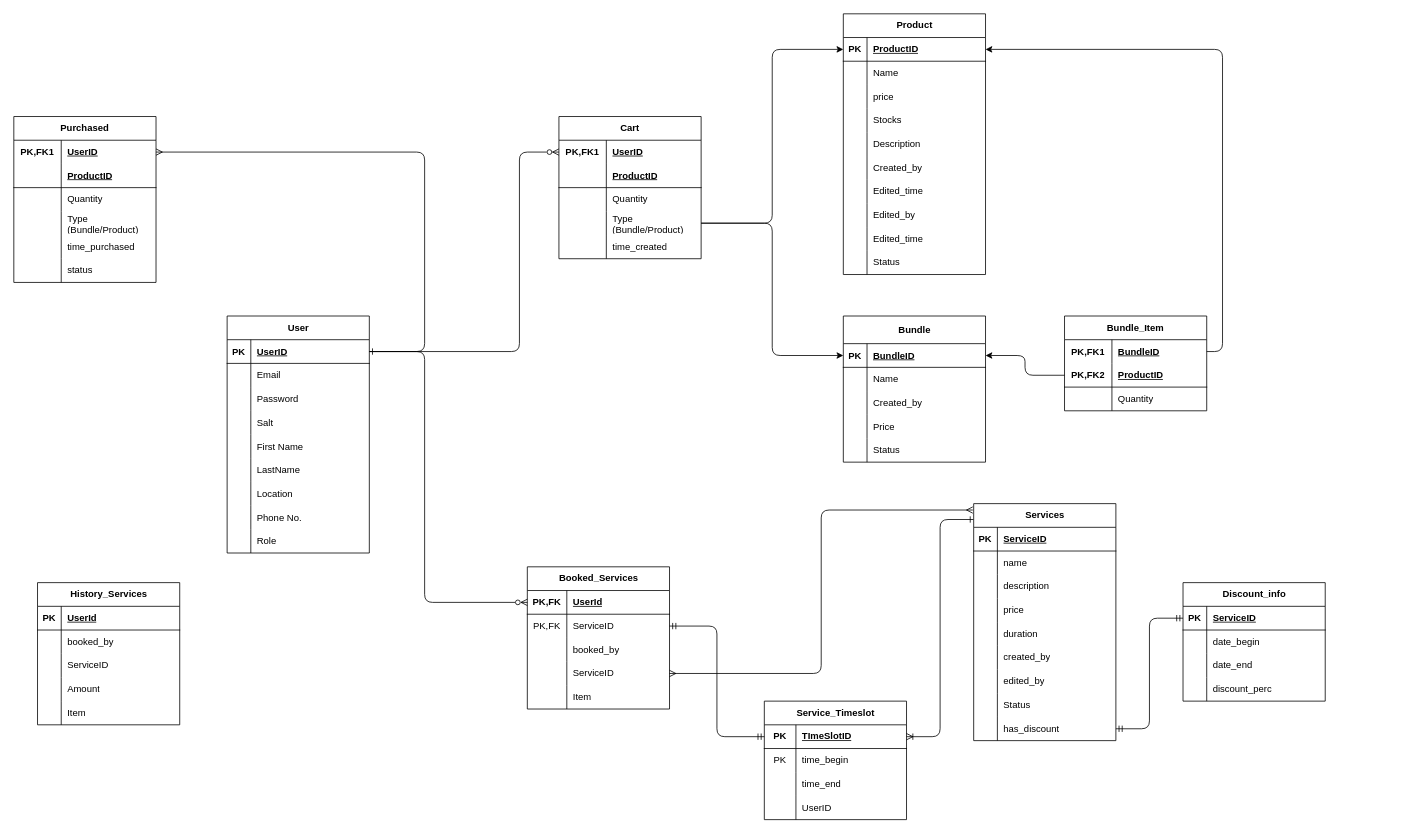
Above: db_scheme.drawio in JamIsKrZy/actix-simple-service (draw.io), before the change. Source tidied: cells renumbered, new cells numbered last; positions are measured from the earlier drawing's top-left corner, leaving out a move shared by most shapes. Both pictures are drawn from the tidied source at 79%, with x=0, y=0 at pixel (13, 13).
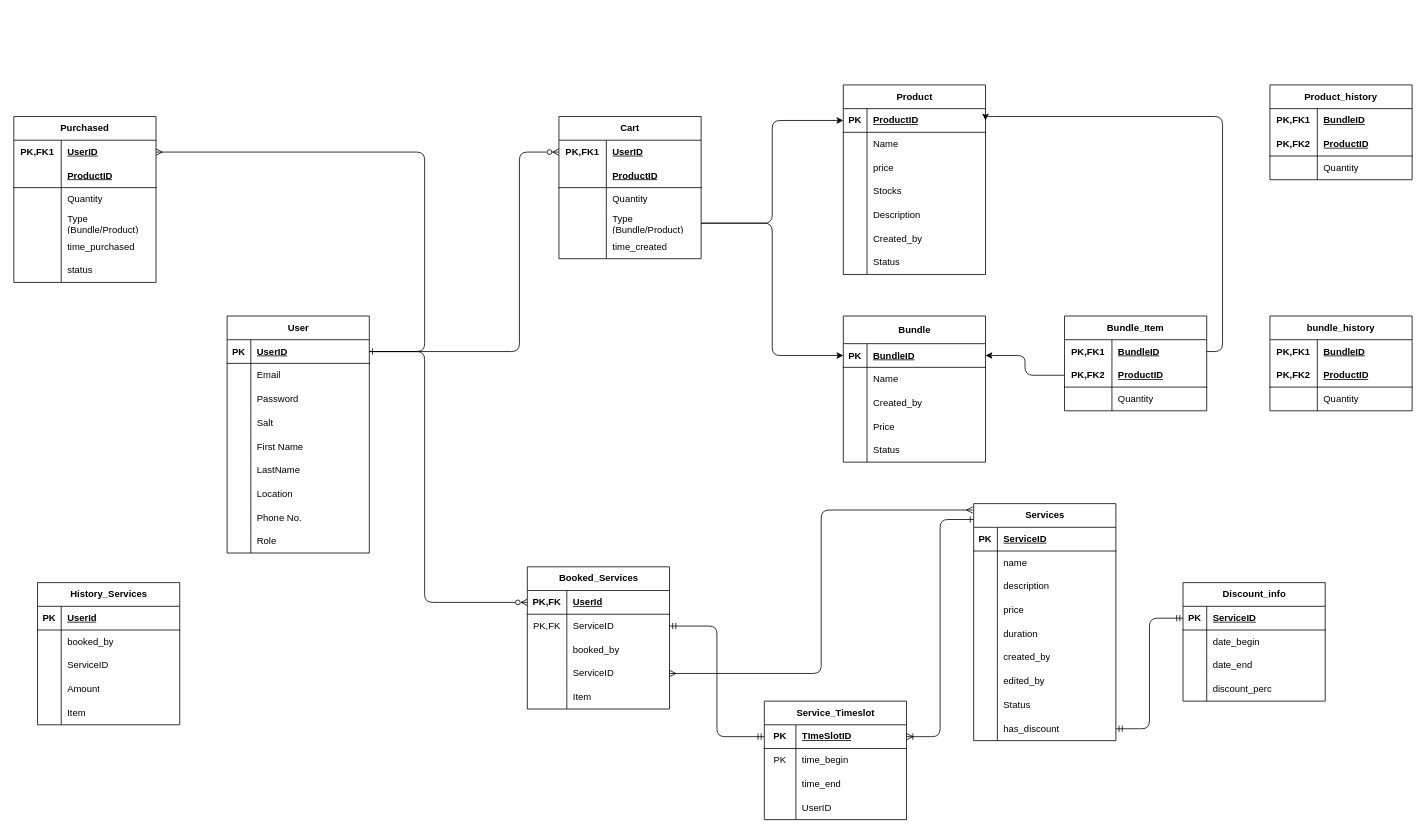
After the change.

Unchanged cells that the change refers to:
```xml
<mxCell id="79" style="shape=tableRow;horizontal=0;startSize=0;swimlaneHead=0;swimlaneBody=0;fillColor=none;points=[[0,0.5],[1,0.5]];portConstraint=eastwest;top=0;left=0;right=0;bottom=1;" parent="78" vertex="1">
  <mxGeometry y="30" width="180" height="30" as="geometry" />
</mxCell>
<mxCell id="110" style="shape=tableRow;horizontal=0;startSize=0;swimlaneHead=0;swimlaneBody=0;fillColor=none;points=[[0,0.5],[1,0.5]];portConstraint=eastwest;top=0;left=0;right=0;bottom=0;html=1;" parent="109" vertex="1">
  <mxGeometry y="30" width="180" height="30" as="geometry" />
</mxCell>
```

Change to the diagram source:
```diff
@@
     <mxCell id="78" value="Product" style="shape=table;startSize=30;childLayout=tableLayout;rowLines=0;fontStyle=1;align=center;html=1;" parent="1" vertex="1">
-      <mxGeometry x="1050" width="180" height="330" as="geometry" />
+      <mxGeometry x="1050" y="90" width="180" height="240" as="geometry" />
     </mxCell>
@@
-    <mxCell id="97" style="shape=tableRow;horizontal=0;startSize=0;swimlaneHead=0;swimlaneBody=0;fillColor=none;top=0;left=0;right=0;bottom=0;" parent="78" vertex="1">
-      <mxGeometry y="210" width="180" height="30" as="geometry" />
-    </mxCell>
-    <mxCell id="98" style="shape=partialRectangle;fillColor=none;top=0;left=0;bottom=0;right=0;overflow=hidden;whiteSpace=wrap;html=1;" parent="97" vertex="1">
-      <mxGeometry width="30" height="30" as="geometry" />
-    </mxCell>
-    <mxCell id="99" value="Edited_time" style="shape=partialRectangle;fillColor=none;top=0;left=0;bottom=0;right=0;align=left;spacingLeft=6;overflow=hidden;whiteSpace=wrap;html=1;" parent="97" vertex="1">
-      <mxGeometry x="30" width="150" height="30" as="geometry" />
-    </mxCell>
-    <mxCell id="100" style="shape=tableRow;horizontal=0;startSize=0;swimlaneHead=0;swimlaneBody=0;fillColor=none;top=0;left=0;right=0;bottom=0;" parent="78" vertex="1">
-      <mxGeometry y="240" width="180" height="30" as="geometry" />
-    </mxCell>
-    <mxCell id="101" style="shape=partialRectangle;fillColor=none;top=0;left=0;bottom=0;right=0;overflow=hidden;whiteSpace=wrap;html=1;" parent="100" vertex="1">
-      <mxGeometry width="30" height="30" as="geometry" />
-    </mxCell>
-    <mxCell id="102" value="Edited_by" style="shape=partialRectangle;fillColor=none;top=0;left=0;bottom=0;right=0;align=left;spacingLeft=6;overflow=hidden;whiteSpace=wrap;html=1;" parent="100" vertex="1">
-      <mxGeometry x="30" width="150" height="30" as="geometry" />
-    </mxCell>
-    <mxCell id="103" style="shape=tableRow;horizontal=0;startSize=0;swimlaneHead=0;swimlaneBody=0;fillColor=none;top=0;left=0;right=0;bottom=0;" parent="78" vertex="1">
-      <mxGeometry y="270" width="180" height="30" as="geometry" />
-    </mxCell>
-    <mxCell id="104" style="shape=partialRectangle;fillColor=none;top=0;left=0;bottom=0;right=0;overflow=hidden;whiteSpace=wrap;html=1;" parent="103" vertex="1">
-      <mxGeometry width="30" height="30" as="geometry" />
-    </mxCell>
-    <mxCell id="105" value="Edited_time" style="shape=partialRectangle;fillColor=none;top=0;left=0;bottom=0;right=0;align=left;spacingLeft=6;overflow=hidden;whiteSpace=wrap;html=1;" parent="103" vertex="1">
-      <mxGeometry x="30" width="150" height="30" as="geometry" />
-    </mxCell>
     <mxCell id="106" style="shape=tableRow;horizontal=0;startSize=0;swimlaneHead=0;swimlaneBody=0;fillColor=none;top=0;left=0;right=0;bottom=0;" parent="78" vertex="1">
-      <mxGeometry y="300" width="180" height="30" as="geometry" />
+      <mxGeometry y="210" width="180" height="30" as="geometry" />
     </mxCell>
@@
     <mxCell id="170" style="edgeStyle=orthogonalEdgeStyle;html=1;exitX=1;exitY=0.5;exitDx=0;exitDy=0;entryX=1;entryY=0.5;entryDx=0;entryDy=0;" parent="1" edge="1" source="110" target="79">
       <mxGeometry relative="1" as="geometry">
         <Array as="points">
           <mxPoint x="1530" y="427" />
-          <mxPoint x="1530" y="45" />
+          <mxPoint x="1530" y="130" />
+          <mxPoint x="1230" y="130" />
         </Array>
       </mxGeometry>
     </mxCell>
@@
+    <mxCell id="219" value="Product_history" style="shape=table;startSize=30;childLayout=tableLayout;rowLines=0;fontStyle=1;align=center;html=1;whiteSpace=wrap;" parent="1" vertex="1">
+      <mxGeometry x="1590" y="90" width="180" height="120" as="geometry" />
+    </mxCell>
+    <mxCell id="220" style="shape=tableRow;horizontal=0;startSize=0;swimlaneHead=0;swimlaneBody=0;fillColor=none;top=0;left=0;right=0;bottom=0;html=1;" parent="219" vertex="1">
+      <mxGeometry y="30" width="180" height="30" as="geometry" />
+    </mxCell>
+    <mxCell id="221" value="PK,FK1" style="shape=partialRectangle;fillColor=none;top=0;left=0;bottom=0;right=0;fontStyle=1;overflow=hidden;html=1;whiteSpace=wrap;" parent="220" vertex="1">
+      <mxGeometry width="60" height="30" as="geometry" />
+    </mxCell>
+    <mxCell id="222" value="BundleID" style="shape=partialRectangle;fillColor=none;top=0;left=0;bottom=0;right=0;align=left;spacingLeft=6;fontStyle=5;overflow=hidden;html=1;whiteSpace=wrap;" parent="220" vertex="1">
+      <mxGeometry x="60" width="120" height="30" as="geometry" />
+    </mxCell>
+    <mxCell id="223" style="shape=tableRow;horizontal=0;startSize=0;swimlaneHead=0;swimlaneBody=0;fillColor=none;top=0;left=0;right=0;bottom=1;html=1;" parent="219" vertex="1">
+      <mxGeometry y="60" width="180" height="30" as="geometry" />
+    </mxCell>
+    <mxCell id="224" value="PK,FK2" style="shape=partialRectangle;fillColor=none;top=0;left=0;bottom=0;right=0;fontStyle=1;overflow=hidden;html=1;whiteSpace=wrap;" parent="223" vertex="1">
+      <mxGeometry width="60" height="30" as="geometry" />
+    </mxCell>
+    <mxCell id="225" value="ProductID" style="shape=partialRectangle;fillColor=none;top=0;left=0;bottom=0;right=0;align=left;spacingLeft=6;fontStyle=5;overflow=hidden;html=1;whiteSpace=wrap;" parent="223" vertex="1">
+      <mxGeometry x="60" width="120" height="30" as="geometry" />
+    </mxCell>
+    <mxCell id="226" style="shape=tableRow;horizontal=0;startSize=0;swimlaneHead=0;swimlaneBody=0;fillColor=none;top=0;left=0;right=0;bottom=0;html=1;" parent="219" vertex="1">
+      <mxGeometry y="90" width="180" height="30" as="geometry" />
+    </mxCell>
+    <mxCell id="227" style="shape=partialRectangle;fillColor=none;top=0;left=0;bottom=0;right=0;overflow=hidden;html=1;whiteSpace=wrap;" parent="226" vertex="1">
+      <mxGeometry width="60" height="30" as="geometry" />
+    </mxCell>
+    <mxCell id="228" value="Quantity" style="shape=partialRectangle;fillColor=none;top=0;left=0;bottom=0;right=0;align=left;spacingLeft=6;overflow=hidden;html=1;whiteSpace=wrap;" parent="226" vertex="1">
+      <mxGeometry x="60" width="120" height="30" as="geometry" />
+    </mxCell>
+    <mxCell id="229" value="bundle_history" style="shape=table;startSize=30;childLayout=tableLayout;rowLines=0;fontStyle=1;align=center;html=1;whiteSpace=wrap;" parent="1" vertex="1">
+      <mxGeometry x="1590" y="382.5" width="180" height="120" as="geometry" />
+    </mxCell>
+    <mxCell id="230" style="shape=tableRow;horizontal=0;startSize=0;swimlaneHead=0;swimlaneBody=0;fillColor=none;top=0;left=0;right=0;bottom=0;html=1;" parent="229" vertex="1">
+      <mxGeometry y="30" width="180" height="30" as="geometry" />
+    </mxCell>
+    <mxCell id="231" value="PK,FK1" style="shape=partialRectangle;fillColor=none;top=0;left=0;bottom=0;right=0;fontStyle=1;overflow=hidden;html=1;whiteSpace=wrap;" parent="230" vertex="1">
+      <mxGeometry width="60" height="30" as="geometry" />
+    </mxCell>
+    <mxCell id="232" value="BundleID" style="shape=partialRectangle;fillColor=none;top=0;left=0;bottom=0;right=0;align=left;spacingLeft=6;fontStyle=5;overflow=hidden;html=1;whiteSpace=wrap;" parent="230" vertex="1">
+      <mxGeometry x="60" width="120" height="30" as="geometry" />
+    </mxCell>
+    <mxCell id="233" style="shape=tableRow;horizontal=0;startSize=0;swimlaneHead=0;swimlaneBody=0;fillColor=none;top=0;left=0;right=0;bottom=1;html=1;" parent="229" vertex="1">
+      <mxGeometry y="60" width="180" height="30" as="geometry" />
+    </mxCell>
+    <mxCell id="234" value="PK,FK2" style="shape=partialRectangle;fillColor=none;top=0;left=0;bottom=0;right=0;fontStyle=1;overflow=hidden;html=1;whiteSpace=wrap;" parent="233" vertex="1">
+      <mxGeometry width="60" height="30" as="geometry" />
+    </mxCell>
+    <mxCell id="235" value="ProductID" style="shape=partialRectangle;fillColor=none;top=0;left=0;bottom=0;right=0;align=left;spacingLeft=6;fontStyle=5;overflow=hidden;html=1;whiteSpace=wrap;" parent="233" vertex="1">
+      <mxGeometry x="60" width="120" height="30" as="geometry" />
+    </mxCell>
+    <mxCell id="236" style="shape=tableRow;horizontal=0;startSize=0;swimlaneHead=0;swimlaneBody=0;fillColor=none;top=0;left=0;right=0;bottom=0;html=1;" parent="229" vertex="1">
+      <mxGeometry y="90" width="180" height="30" as="geometry" />
+    </mxCell>
+    <mxCell id="237" style="shape=partialRectangle;fillColor=none;top=0;left=0;bottom=0;right=0;overflow=hidden;html=1;whiteSpace=wrap;" parent="236" vertex="1">
+      <mxGeometry width="60" height="30" as="geometry" />
+    </mxCell>
+    <mxCell id="238" value="Quantity" style="shape=partialRectangle;fillColor=none;top=0;left=0;bottom=0;right=0;align=left;spacingLeft=6;overflow=hidden;html=1;whiteSpace=wrap;" parent="236" vertex="1">
+      <mxGeometry x="60" width="120" height="30" as="geometry" />
+    </mxCell>
```
